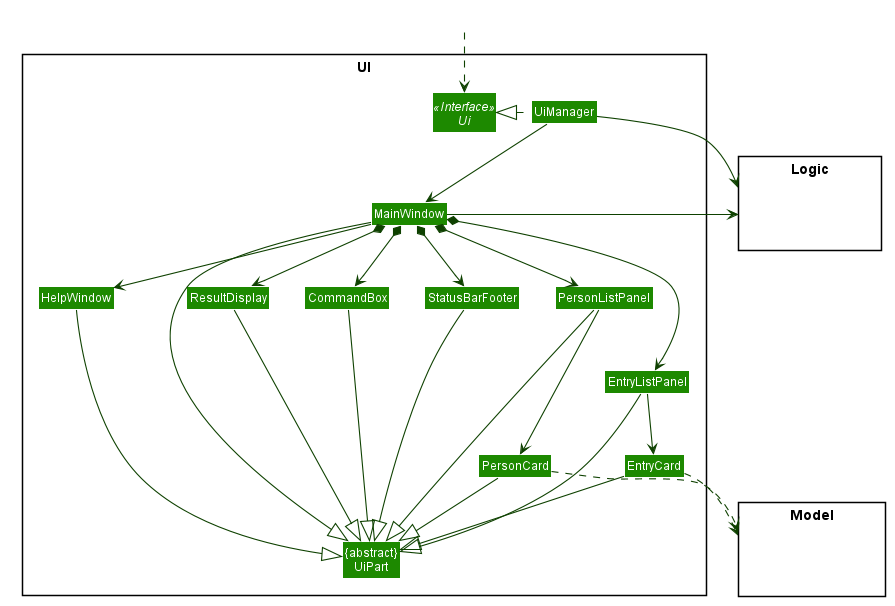
This is docs/images/UiClassDiagram.png from zhXchD/tp, a PlantUML export, as it was before one commit.
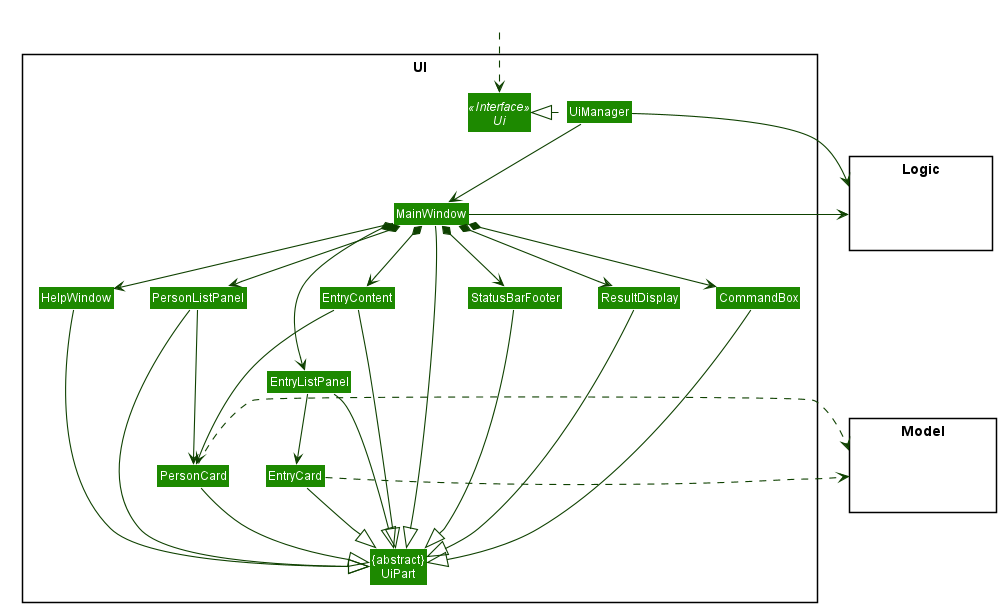
After the change.

Diff of the diagram source:
```diff
@@ -62,6 +62,7 @@
 Class PersonCard
 Class EntryListPanel
 Class EntryCard
+Class EntryContent
 Class StatusBarFooter
 Class CommandBox
 }
@@ -85,9 +86,11 @@
 MainWindow *-down-> PersonListPanel
 MainWindow *-down-> StatusBarFooter
 MainWindow *-down-> EntryListPanel
+MainWindow *-down-> EntryContent
 
 PersonListPanel --down-> PersonCard
 EntryListPanel -down-> EntryCard
+EntryContent --down-> PersonCard
 
 MainWindow -left-|> UiPart
 
@@ -99,9 +102,10 @@
 HelpWindow --|> UiPart
 EntryListPanel --|> UiPart
 EntryCard --|> UiPart
+EntryContent --|> UiPart
 
 PersonCard .right.> Model
-EntryCard ..> Model
+EntryCard .right.> Model
 UiManager -right-> Logic
 MainWindow -left-> Logic
 
```
